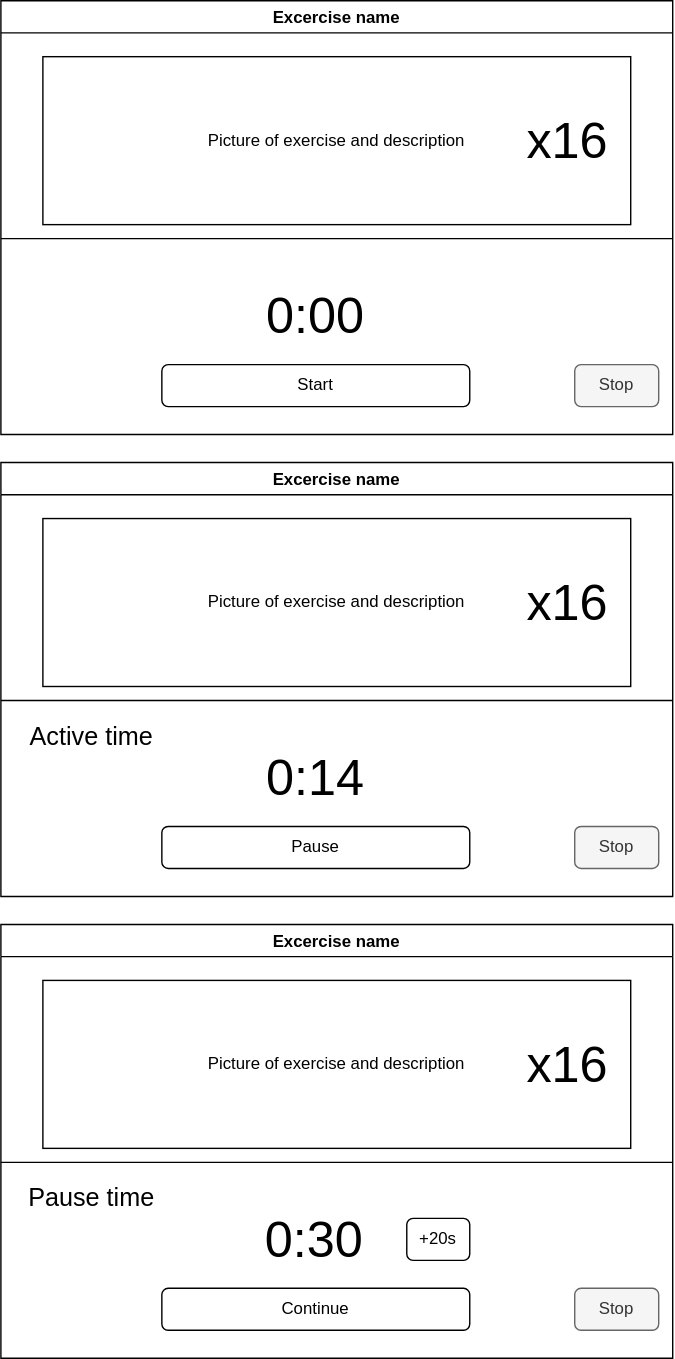
This is MockUpStartExercise.drawio.svg from willizielke/FitnessWebAppDocumentation, a draw.io export, as it was before one commit. Source tidied: cells renumbered, new cells last; positions are measured from the earlier drawing's top-left corner, leaving out a move shared by most shapes. Source of this version:
```xml
<mxGraphModel>
  <root>
    <mxCell id="0" />
    <mxCell id="1" parent="0" />
    <mxCell id="2" value="Excercise name" style="swimlane;" parent="1" vertex="1">
      <mxGeometry width="480" height="310" as="geometry" />
    </mxCell>
    <mxCell id="3" value="Start" style="rounded=1;whiteSpace=wrap;html=1;" parent="2" vertex="1">
      <mxGeometry x="115" y="260" width="220" height="30" as="geometry" />
    </mxCell>
    <mxCell id="4" style="endArrow=none;html=1;rounded=0;" parent="2" edge="1">
      <mxGeometry relative="1" as="geometry">
        <mxPoint y="170" as="sourcePoint" />
        <mxPoint x="480" y="170" as="targetPoint" />
        <Array as="points">
          <mxPoint x="420" y="170" />
        </Array>
      </mxGeometry>
    </mxCell>
    <mxCell id="5" value="Picture of exercise and description" style="rounded=0;whiteSpace=wrap;html=1;" parent="2" vertex="1">
      <mxGeometry x="30" y="40" width="420" height="120" as="geometry" />
    </mxCell>
    <mxCell id="6" value="&lt;font style=&quot;font-size: 36px;&quot;&gt;x16&lt;/font&gt;" style="text;html=1;strokeColor=none;fillColor=none;align=center;verticalAlign=middle;whiteSpace=wrap;rounded=0;" parent="2" vertex="1">
      <mxGeometry x="330" y="57.5" width="150" height="85" as="geometry" />
    </mxCell>
    <mxCell id="7" value="Stop" style="rounded=1;whiteSpace=wrap;html=1;fillColor=#f5f5f5;strokeColor=#666666;fontColor=#333333;" parent="2" vertex="1">
      <mxGeometry x="410" y="260" width="60" height="30" as="geometry" />
    </mxCell>
    <mxCell id="8" value="0:00" style="text;html=1;strokeColor=none;fillColor=none;align=center;verticalAlign=middle;whiteSpace=wrap;rounded=0;fontSize=36;" parent="2" vertex="1">
      <mxGeometry x="195" y="210" width="60" height="30" as="geometry" />
    </mxCell>
    <mxCell id="9" value="Excercise name" style="swimlane;" parent="1" vertex="1">
      <mxGeometry y="330" width="480" height="310" as="geometry" />
    </mxCell>
    <mxCell id="10" value="Pause" style="rounded=1;whiteSpace=wrap;html=1;" parent="9" vertex="1">
      <mxGeometry x="115" y="260" width="220" height="30" as="geometry" />
    </mxCell>
    <mxCell id="11" style="endArrow=none;html=1;rounded=0;" parent="9" edge="1">
      <mxGeometry relative="1" as="geometry">
        <mxPoint y="170" as="sourcePoint" />
        <mxPoint x="480" y="170" as="targetPoint" />
        <Array as="points">
          <mxPoint x="420" y="170" />
        </Array>
      </mxGeometry>
    </mxCell>
    <mxCell id="12" value="Picture of exercise and description" style="rounded=0;whiteSpace=wrap;html=1;" parent="9" vertex="1">
      <mxGeometry x="30" y="40" width="420" height="120" as="geometry" />
    </mxCell>
    <mxCell id="13" value="&lt;font style=&quot;font-size: 36px;&quot;&gt;x16&lt;/font&gt;" style="text;html=1;strokeColor=none;fillColor=none;align=center;verticalAlign=middle;whiteSpace=wrap;rounded=0;" parent="9" vertex="1">
      <mxGeometry x="330" y="57.5" width="150" height="85" as="geometry" />
    </mxCell>
    <mxCell id="14" value="Stop" style="rounded=1;whiteSpace=wrap;html=1;fillColor=#f5f5f5;strokeColor=#666666;fontColor=#333333;" parent="9" vertex="1">
      <mxGeometry x="410" y="260" width="60" height="30" as="geometry" />
    </mxCell>
    <mxCell id="15" value="0:14" style="text;html=1;strokeColor=none;fillColor=none;align=center;verticalAlign=middle;whiteSpace=wrap;rounded=0;fontSize=36;" parent="9" vertex="1">
      <mxGeometry x="195" y="210" width="60" height="30" as="geometry" />
    </mxCell>
    <mxCell id="16" value="&lt;font style=&quot;font-size: 18px;&quot;&gt;Active time&lt;/font&gt;" style="text;html=1;strokeColor=none;fillColor=none;align=center;verticalAlign=middle;whiteSpace=wrap;rounded=0;fontSize=48;" parent="9" vertex="1">
      <mxGeometry x="10" y="170" width="110" height="30" as="geometry" />
    </mxCell>
    <mxCell id="17" value="Excercise name" style="swimlane;" parent="1" vertex="1">
      <mxGeometry y="660" width="480" height="310" as="geometry" />
    </mxCell>
    <mxCell id="18" value="Continue" style="rounded=1;whiteSpace=wrap;html=1;" parent="17" vertex="1">
      <mxGeometry x="115" y="260" width="220" height="30" as="geometry" />
    </mxCell>
    <mxCell id="19" style="endArrow=none;html=1;rounded=0;" parent="17" edge="1">
      <mxGeometry relative="1" as="geometry">
        <mxPoint y="170" as="sourcePoint" />
        <mxPoint x="480" y="170" as="targetPoint" />
        <Array as="points">
          <mxPoint x="420" y="170" />
        </Array>
      </mxGeometry>
    </mxCell>
    <mxCell id="20" value="Picture of exercise and description" style="rounded=0;whiteSpace=wrap;html=1;" parent="17" vertex="1">
      <mxGeometry x="30" y="40" width="420" height="120" as="geometry" />
    </mxCell>
    <mxCell id="21" value="&lt;font style=&quot;font-size: 36px;&quot;&gt;x16&lt;/font&gt;" style="text;html=1;strokeColor=none;fillColor=none;align=center;verticalAlign=middle;whiteSpace=wrap;rounded=0;" parent="17" vertex="1">
      <mxGeometry x="330" y="57.5" width="150" height="85" as="geometry" />
    </mxCell>
    <mxCell id="22" value="Stop" style="rounded=1;whiteSpace=wrap;html=1;fillColor=#f5f5f5;strokeColor=#666666;fontColor=#333333;" parent="17" vertex="1">
      <mxGeometry x="410" y="260" width="60" height="30" as="geometry" />
    </mxCell>
    <mxCell id="23" value="0:30" style="text;html=1;strokeColor=none;fillColor=none;align=center;verticalAlign=middle;whiteSpace=wrap;rounded=0;fontSize=36;" parent="17" vertex="1">
      <mxGeometry x="194" y="210" width="60" height="30" as="geometry" />
    </mxCell>
    <mxCell id="24" value="&lt;font style=&quot;font-size: 18px;&quot;&gt;Pause time&lt;/font&gt;" style="text;html=1;strokeColor=none;fillColor=none;align=center;verticalAlign=middle;whiteSpace=wrap;rounded=0;fontSize=48;" parent="17" vertex="1">
      <mxGeometry x="15" y="170" width="100" height="30" as="geometry" />
    </mxCell>
    <mxCell id="25" value="+20s" style="rounded=1;whiteSpace=wrap;html=1;" parent="17" vertex="1">
      <mxGeometry x="290" y="210" width="45" height="30" as="geometry" />
    </mxCell>
  </root>
</mxGraphModel>
```
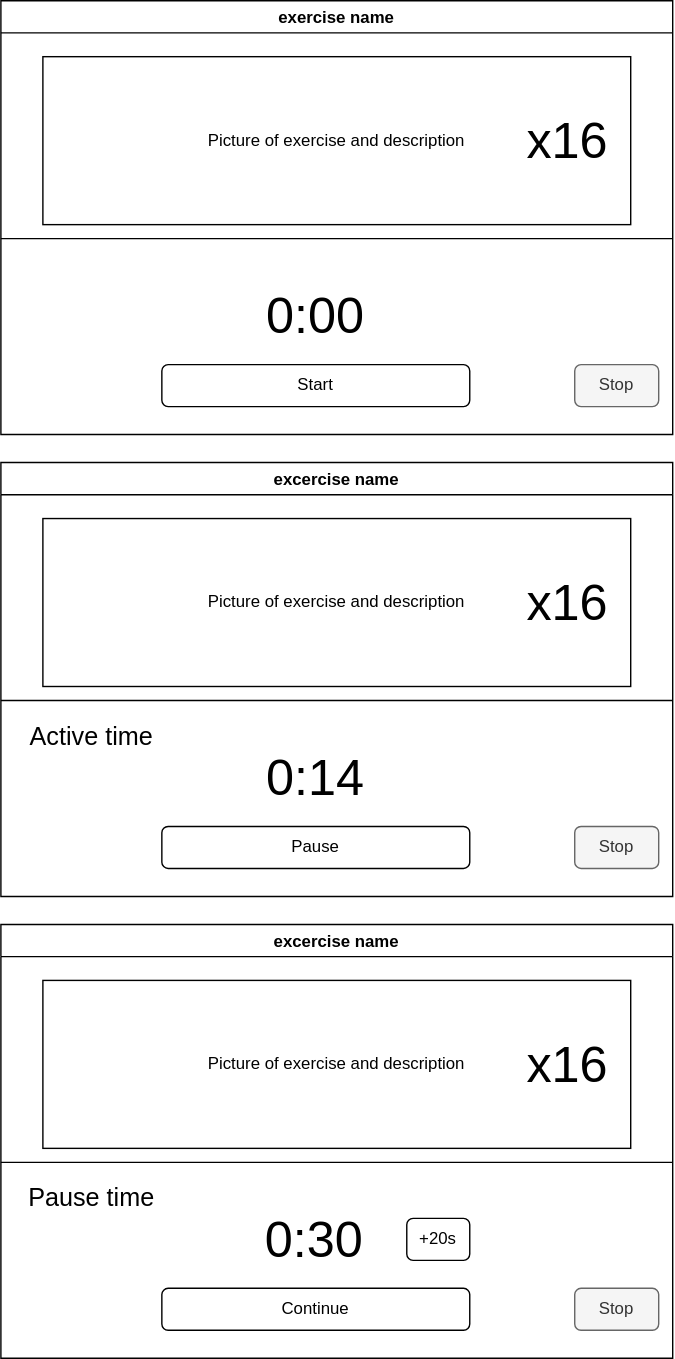
Above is the later version.

The edit, as a diff of the source:
```diff
@@ -2,7 +2,7 @@
   <root>
     <mxCell id="0" />
     <mxCell id="1" parent="0" />
-    <mxCell id="2" value="Excercise name" style="swimlane;" parent="1" vertex="1">
+    <mxCell id="2" value="exercise name" style="swimlane;" parent="1" vertex="1">
       <mxGeometry width="480" height="310" as="geometry" />
     </mxCell>
     <mxCell id="3" value="Start" style="rounded=1;whiteSpace=wrap;html=1;" parent="2" vertex="1">
@@ -29,7 +29,7 @@
     <mxCell id="8" value="0:00" style="text;html=1;strokeColor=none;fillColor=none;align=center;verticalAlign=middle;whiteSpace=wrap;rounded=0;fontSize=36;" parent="2" vertex="1">
       <mxGeometry x="195" y="210" width="60" height="30" as="geometry" />
     </mxCell>
-    <mxCell id="9" value="Excercise name" style="swimlane;" parent="1" vertex="1">
+    <mxCell id="9" value="excercise name" style="swimlane;" parent="1" vertex="1">
       <mxGeometry y="330" width="480" height="310" as="geometry" />
     </mxCell>
     <mxCell id="10" value="Pause" style="rounded=1;whiteSpace=wrap;html=1;" parent="9" vertex="1">
@@ -59,7 +59,7 @@
     <mxCell id="16" value="&lt;font style=&quot;font-size: 18px;&quot;&gt;Active time&lt;/font&gt;" style="text;html=1;strokeColor=none;fillColor=none;align=center;verticalAlign=middle;whiteSpace=wrap;rounded=0;fontSize=48;" parent="9" vertex="1">
       <mxGeometry x="10" y="170" width="110" height="30" as="geometry" />
     </mxCell>
-    <mxCell id="17" value="Excercise name" style="swimlane;" parent="1" vertex="1">
+    <mxCell id="17" value="excercise name" style="swimlane;" parent="1" vertex="1">
       <mxGeometry y="660" width="480" height="310" as="geometry" />
     </mxCell>
     <mxCell id="18" value="Continue" style="rounded=1;whiteSpace=wrap;html=1;" parent="17" vertex="1">
```
